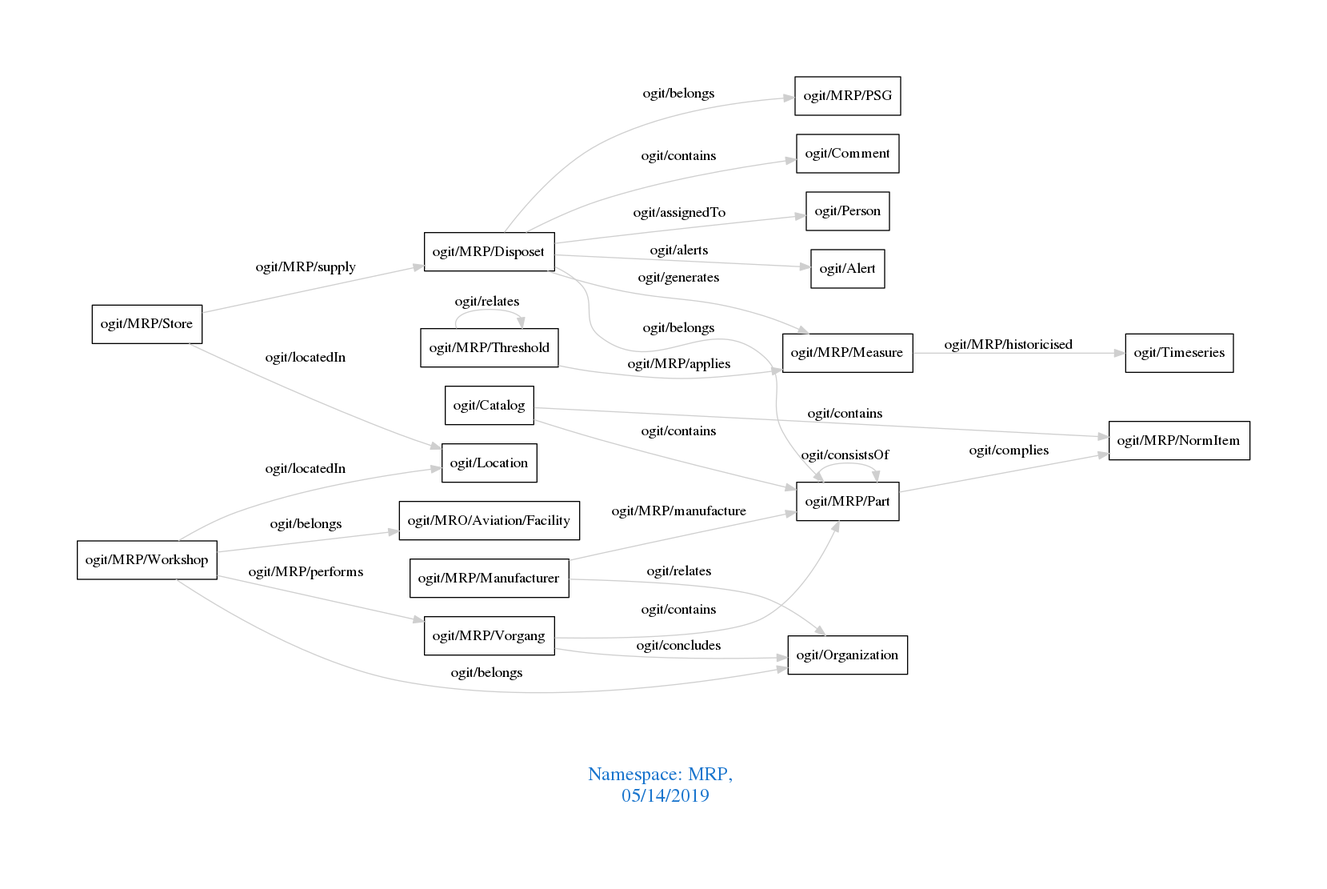
This is downloads/MRP.png from arago/OGIT, a Graphviz export, as it was before one commit. Its source is kept beside it as downloads/MRP.dot. The source it was exported from:
```dot
digraph OGIT_ontology {
 graph [ rankdir= LR,pad=1
fontsize = 18,
fontcolor= dodgerblue3,label = "\n\n\nNamespace: MRP, \n 05/14/2019"];
node[shape=polygon];
edge [  color="gray81"];

   "ogit/MRP/Disposet" -> "ogit/Comment" [label="   ogit/contains    "];
   "ogit/MRP/Vorgang" -> "ogit/MRP/Part" [label="   ogit/contains    "];
   "ogit/Catalog" -> "ogit/MRP/NormItem" [label="   ogit/contains    "];
   "ogit/Catalog" -> "ogit/MRP/Part" [label="   ogit/contains    "];
   "ogit/MRP/Vorgang" -> "ogit/Organization" [label="   ogit/concludes    "];
   "ogit/MRP/Disposet" -> "ogit/Person" [label="   ogit/assignedTo    "];
   "ogit/MRP/Disposet" -> "ogit/MRP/Measure" [label="   ogit/generates    "];
   "ogit/MRP/Threshold" -> "ogit/MRP/Measure" [label="   ogit/MRP/applies    "];
   "ogit/MRP/Part" -> "ogit/MRP/NormItem" [label="   ogit/complies    "];
   "ogit/MRP/Workshop" -> "ogit/MRP/Vorgang" [label="   ogit/MRP/performs    "];
   "ogit/MRP/Disposet" -> "ogit/Alert" [label="   ogit/alerts    "];
   "ogit/MRP/Store" -> "ogit/Location" [label="   ogit/locatedIn    "];
   "ogit/MRP/Workshop" -> "ogit/Location" [label="   ogit/locatedIn    "];
   "ogit/MRP/Measure" -> "ogit/Timeseries" [label="   ogit/MRP/historicised    "];
   "ogit/MRP/Manufacturer" -> "ogit/MRP/Part" [label="   ogit/MRP/manufacture    "];
   "ogit/MRP/Store" -> "ogit/MRP/Disposet" [label="   ogit/MRP/supply    "];
   "ogit/MRP/Disposet" -> "ogit/MRP/Part" [label="   ogit/belongs    "];
   "ogit/MRP/Disposet" -> "ogit/MRP/PSG" [label="   ogit/belongs    "];
   "ogit/MRP/Workshop" -> "ogit/MRO/Aviation/Facility" [label="   ogit/belongs    "];
   "ogit/MRP/Workshop" -> "ogit/Organization" [label="   ogit/belongs    "];
   "ogit/MRP/Manufacturer" -> "ogit/Organization" [label="   ogit/relates    "];
   "ogit/MRP/Threshold" -> "ogit/MRP/Threshold" [label="   ogit/relates    "];
   "ogit/MRP/Part" -> "ogit/MRP/Part" [label="   ogit/consistsOf    "];
}
```
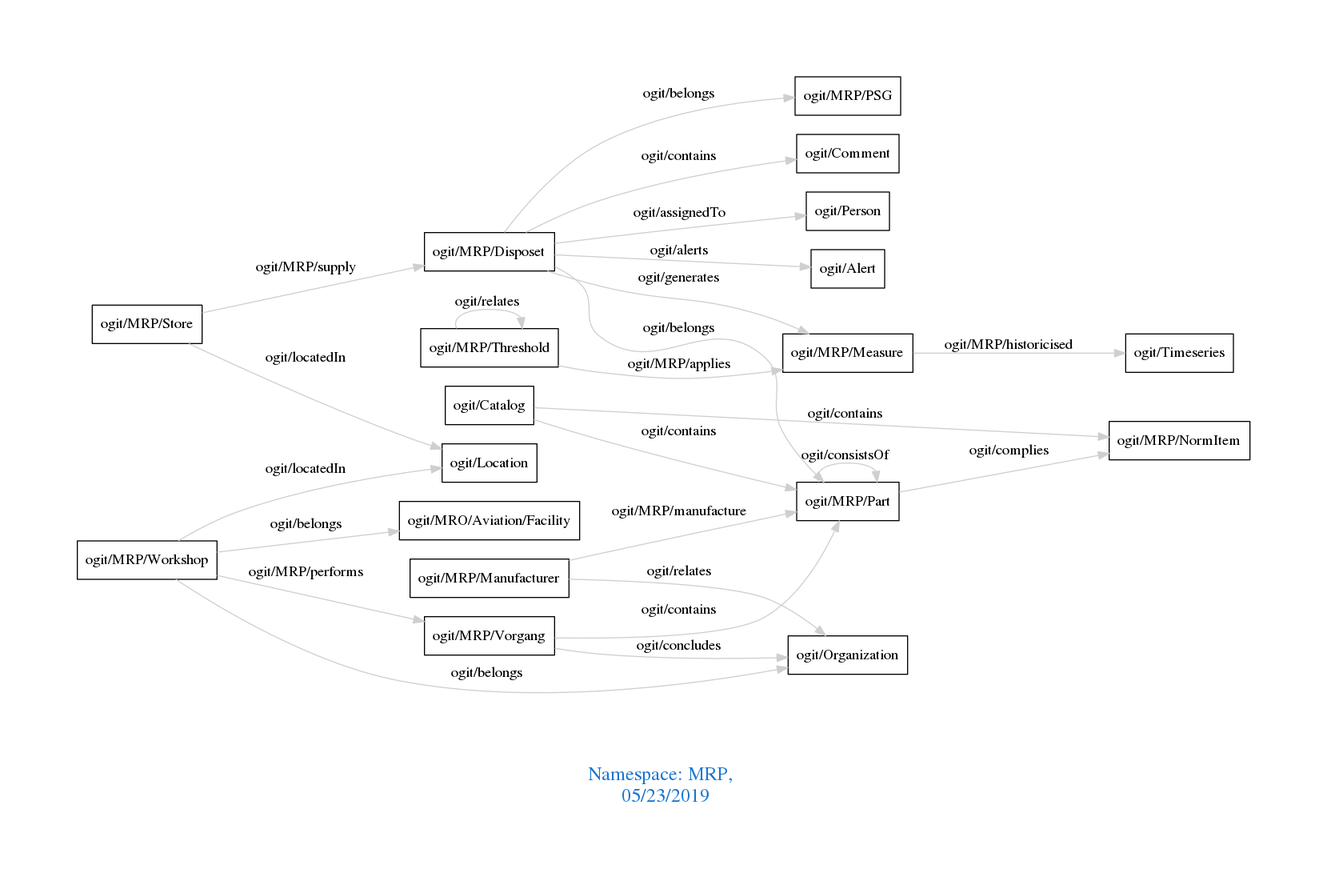
Above is the later version.

Change to the diagram source:
```diff
@@ -1,7 +1,7 @@
 digraph OGIT_ontology {
  graph [ rankdir= LR,pad=1
 fontsize = 18,
-fontcolor= dodgerblue3,label = "\n\n\nNamespace: MRP, \n 05/14/2019"];
+fontcolor= dodgerblue3,label = "\n\n\nNamespace: MRP, \n 05/23/2019"];
 node[shape=polygon];
 edge [  color="gray81"];
 
```
